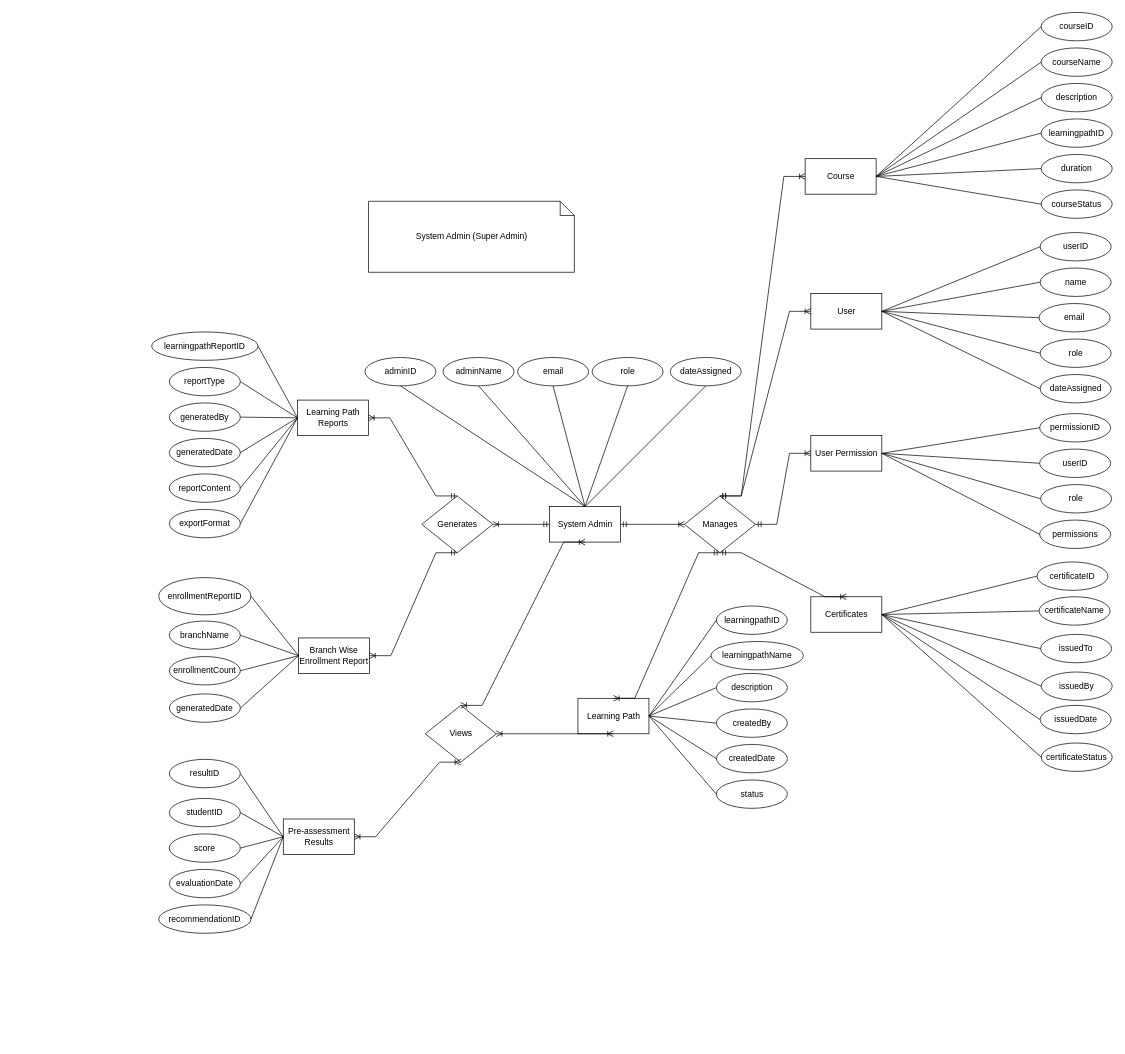
Earlier version of the draw.io diagram page "Page-5" (3 of 3) of SL-Activities/Task121/.drawio (rnrhltn/javanc3uc1). Source tidied: cells renumbered, new cells numbered last; positions are measured from the earlier drawing's top-left corner, leaving out a move shared by most shapes. Both pictures are drawn from the tidied source at 71%, with x=0, y=0 at pixel (151, 12).
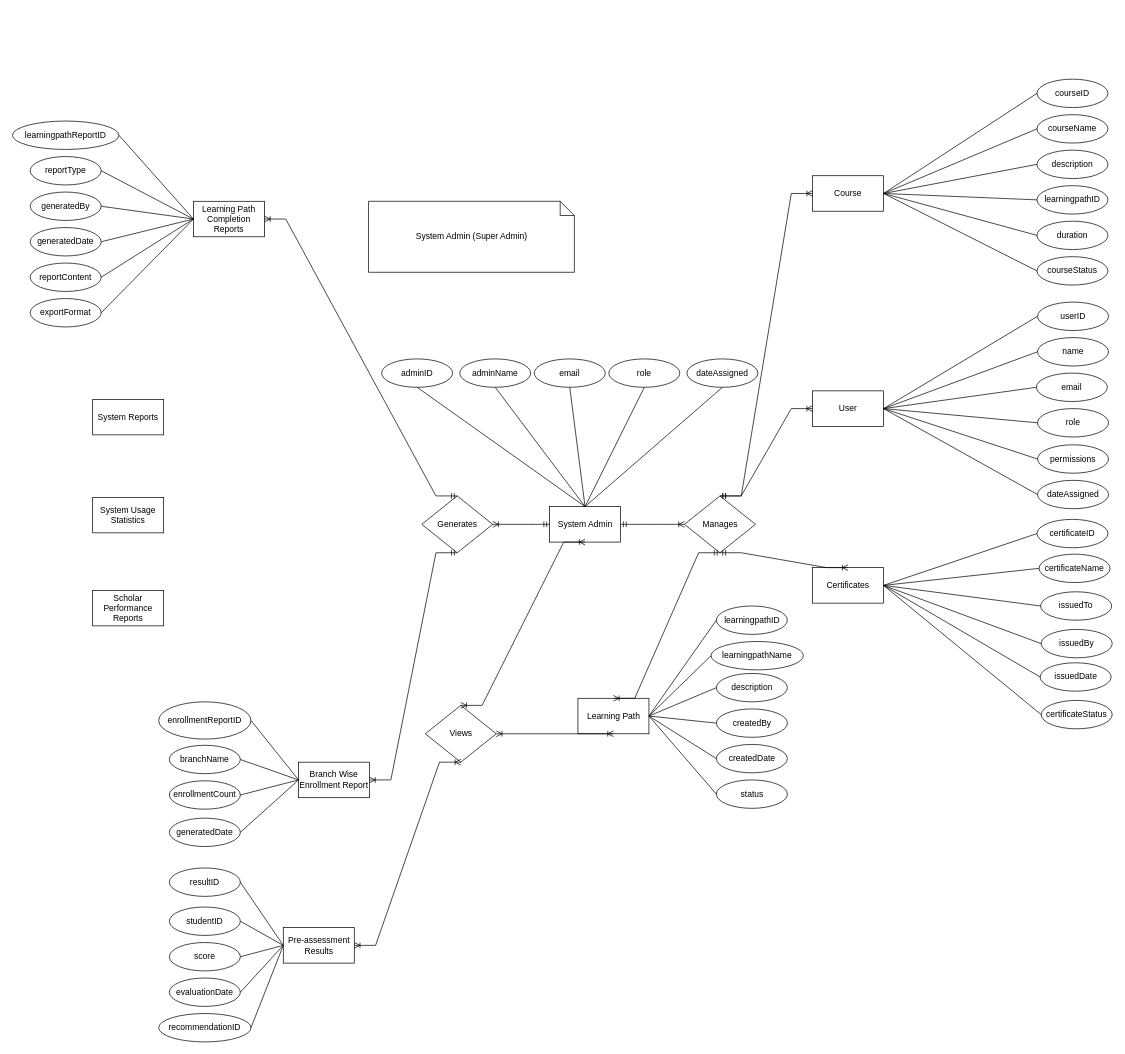
The same diagram, later.

The change refers to these unchanged cells:
```xml
<mxCell id="9" value="Manages" style="shape=rhombus;html=1;dashed=0;whiteSpace=wrap;perimeter=rhombusPerimeter;" parent="1" vertex="1">
  <mxGeometry x="750.5" y="681" width="100" height="80" as="geometry" />
</mxCell>
```

What changed in the source:
```diff
@@
     <mxCell id="3" value="User" style="html=1;dashed=0;whiteSpace=wrap;" parent="1" vertex="1">
-      <mxGeometry x="928.5" y="396" width="100" height="50" as="geometry" />
+      <mxGeometry x="931" y="533" width="100" height="50" as="geometry" />
     </mxCell>
-    <mxCell id="4" value="User Permission" style="html=1;dashed=0;whiteSpace=wrap;" parent="1" vertex="1">
-      <mxGeometry x="928.5" y="596" width="100" height="50" as="geometry" />
-    </mxCell>
@@
     <mxCell id="6" value="Pre-assessment Results" style="html=1;dashed=0;whiteSpace=wrap;" parent="1" vertex="1">
-      <mxGeometry x="185.5" y="1136" width="100" height="50" as="geometry" />
+      <mxGeometry x="185.5" y="1289" width="100" height="50" as="geometry" />
     </mxCell>
     <mxCell id="7" value="Branch Wise Enrollment Report" style="html=1;dashed=0;whiteSpace=wrap;" parent="1" vertex="1">
-      <mxGeometry x="207" y="881" width="100" height="50" as="geometry" />
+      <mxGeometry x="207" y="1056" width="100" height="50" as="geometry" />
     </mxCell>
@@
     <mxCell id="11" value="Course" style="html=1;dashed=0;whiteSpace=wrap;" parent="1" vertex="1">
-      <mxGeometry x="920.5" y="206" width="100" height="50" as="geometry" />
+      <mxGeometry x="931" y="230" width="100" height="50" as="geometry" />
     </mxCell>
@@
     <mxCell id="15" value="Certificates" style="html=1;dashed=0;whiteSpace=wrap;" parent="1" vertex="1">
-      <mxGeometry x="928.5" y="823" width="100" height="50" as="geometry" />
+      <mxGeometry x="931" y="782" width="100" height="50" as="geometry" />
     </mxCell>
@@
-    <mxCell id="18" value="Learning Path Reports" style="html=1;dashed=0;whiteSpace=wrap;" parent="1" vertex="1">
-      <mxGeometry x="205.5" y="546" width="100" height="50" as="geometry" />
+    <mxCell id="18" value="Learning Path Completion Reports" style="html=1;dashed=0;whiteSpace=wrap;" parent="1" vertex="1">
+      <mxGeometry x="59" y="266" width="100" height="50" as="geometry" />
     </mxCell>
@@
     <mxCell id="21" value="learningpathReportID" style="ellipse;whiteSpace=wrap;html=1;align=center;" parent="1" vertex="1">
-      <mxGeometry y="450" width="150" height="40" as="geometry" />
+      <mxGeometry x="-196" y="153" width="150" height="40" as="geometry" />
     </mxCell>
@@
     <mxCell id="23" value="adminID" style="ellipse;whiteSpace=wrap;html=1;align=center;" parent="1" vertex="1">
-      <mxGeometry x="300.5" y="486" width="100" height="40" as="geometry" />
+      <mxGeometry x="324" y="488" width="100" height="40" as="geometry" />
     </mxCell>
     <mxCell id="24" value="adminName" style="ellipse;whiteSpace=wrap;html=1;align=center;" parent="1" vertex="1">
-      <mxGeometry x="410.5" y="486" width="100" height="40" as="geometry" />
+      <mxGeometry x="434" y="488" width="100" height="40" as="geometry" />
     </mxCell>
     <mxCell id="25" value="email" style="ellipse;whiteSpace=wrap;html=1;align=center;" parent="1" vertex="1">
-      <mxGeometry x="515.5" y="486" width="100" height="40" as="geometry" />
+      <mxGeometry x="539" y="488" width="100" height="40" as="geometry" />
     </mxCell>
     <mxCell id="26" value="role" style="ellipse;whiteSpace=wrap;html=1;align=center;" parent="1" vertex="1">
-      <mxGeometry x="620.5" y="486" width="100" height="40" as="geometry" />
+      <mxGeometry x="644" y="488" width="100" height="40" as="geometry" />
     </mxCell>
     <mxCell id="27" value="dateAssigned" style="ellipse;whiteSpace=wrap;html=1;align=center;" parent="1" vertex="1">
-      <mxGeometry x="730.5" y="486" width="100" height="40" as="geometry" />
+      <mxGeometry x="754" y="488" width="100" height="40" as="geometry" />
     </mxCell>
@@
     <mxCell id="33" value="reportType" style="ellipse;whiteSpace=wrap;html=1;align=center;" parent="1" vertex="1">
-      <mxGeometry x="25" y="500" width="100" height="40" as="geometry" />
+      <mxGeometry x="-171" y="203" width="100" height="40" as="geometry" />
     </mxCell>
     <mxCell id="34" value="generatedBy" style="ellipse;whiteSpace=wrap;html=1;align=center;" parent="1" vertex="1">
-      <mxGeometry x="25" y="550" width="100" height="40" as="geometry" />
+      <mxGeometry x="-171" y="253" width="100" height="40" as="geometry" />
     </mxCell>
     <mxCell id="35" value="generatedDate" style="ellipse;whiteSpace=wrap;html=1;align=center;" parent="1" vertex="1">
-      <mxGeometry x="25" y="600" width="100" height="40" as="geometry" />
+      <mxGeometry x="-171" y="303" width="100" height="40" as="geometry" />
     </mxCell>
     <mxCell id="36" value="reportContent" style="ellipse;whiteSpace=wrap;html=1;align=center;" parent="1" vertex="1">
-      <mxGeometry x="25" y="650" width="100" height="40" as="geometry" />
+      <mxGeometry x="-171" y="353" width="100" height="40" as="geometry" />
     </mxCell>
@@
     <mxCell id="53" value="&lt;div&gt;courseID&lt;/div&gt;" style="ellipse;whiteSpace=wrap;html=1;align=center;" parent="1" vertex="1">
-      <mxGeometry x="1253" width="100" height="40" as="geometry" />
+      <mxGeometry x="1247" y="94" width="100" height="40" as="geometry" />
     </mxCell>
     <mxCell id="54" value="courseName" style="ellipse;whiteSpace=wrap;html=1;align=center;" parent="1" vertex="1">
-      <mxGeometry x="1253" y="50" width="100" height="40" as="geometry" />
+      <mxGeometry x="1247" y="144" width="100" height="40" as="geometry" />
     </mxCell>
     <mxCell id="55" value="&lt;div&gt;description&lt;/div&gt;" style="ellipse;whiteSpace=wrap;html=1;align=center;" parent="1" vertex="1">
-      <mxGeometry x="1253" y="100" width="100" height="40" as="geometry" />
+      <mxGeometry x="1247" y="194" width="100" height="40" as="geometry" />
     </mxCell>
     <mxCell id="56" value="&lt;div&gt;learningpathID&lt;/div&gt;" style="ellipse;whiteSpace=wrap;html=1;align=center;" parent="1" vertex="1">
-      <mxGeometry x="1253" y="150" width="100" height="40" as="geometry" />
+      <mxGeometry x="1247" y="244" width="100" height="40" as="geometry" />
     </mxCell>
     <mxCell id="57" value="&lt;div&gt;courseStatus&lt;/div&gt;" style="ellipse;whiteSpace=wrap;html=1;align=center;" parent="1" vertex="1">
-      <mxGeometry x="1253" y="250" width="100" height="40" as="geometry" />
+      <mxGeometry x="1247" y="344" width="100" height="40" as="geometry" />
     </mxCell>
@@
     <mxCell id="63" value="&lt;div&gt;duration&lt;/div&gt;" style="ellipse;whiteSpace=wrap;html=1;align=center;" parent="1" vertex="1">
-      <mxGeometry x="1253" y="200" width="100" height="40" as="geometry" />
+      <mxGeometry x="1247" y="294" width="100" height="40" as="geometry" />
     </mxCell>
@@
     <mxCell id="66" value="certificateID" style="ellipse;whiteSpace=wrap;html=1;align=center;" parent="1" vertex="1">
-      <mxGeometry x="1247" y="774" width="100" height="40" as="geometry" />
+      <mxGeometry x="1247" y="714" width="100" height="40" as="geometry" />
     </mxCell>
@@
     <mxCell id="68" value="certificateName" style="ellipse;whiteSpace=wrap;html=1;align=center;" parent="1" vertex="1">
-      <mxGeometry x="1250" y="823" width="100" height="40" as="geometry" />
+      <mxGeometry x="1250" y="763" width="100" height="40" as="geometry" />
     </mxCell>
     <mxCell id="69" value="issuedTo" style="ellipse;whiteSpace=wrap;html=1;align=center;" parent="1" vertex="1">
-      <mxGeometry x="1252.2" y="876" width="100" height="40" as="geometry" />
+      <mxGeometry x="1252.2" y="816" width="100" height="40" as="geometry" />
     </mxCell>
     <mxCell id="70" value="issuedBy" style="ellipse;whiteSpace=wrap;html=1;align=center;" parent="1" vertex="1">
-      <mxGeometry x="1253" y="929" width="100" height="40" as="geometry" />
+      <mxGeometry x="1253" y="869" width="100" height="40" as="geometry" />
     </mxCell>
     <mxCell id="71" value="issuedDate" style="ellipse;whiteSpace=wrap;html=1;align=center;" parent="1" vertex="1">
-      <mxGeometry x="1251.5" y="976" width="100" height="40" as="geometry" />
+      <mxGeometry x="1251.5" y="916" width="100" height="40" as="geometry" />
     </mxCell>
     <mxCell id="72" value="certificateStatus" style="ellipse;whiteSpace=wrap;html=1;align=center;" parent="1" vertex="1">
-      <mxGeometry x="1253" y="1029" width="100" height="40" as="geometry" />
+      <mxGeometry x="1253" y="969" width="100" height="40" as="geometry" />
     </mxCell>
@@
-    <mxCell id="77" style="edgeStyle=entityRelationEdgeStyle;fontSize=12;html=1;endArrow=ERoneToMany;startArrow=ERmandOne;rounded=0;exitX=1;exitY=0.5;exitDx=0;exitDy=0;entryX=0;entryY=0.5;entryDx=0;entryDy=0;" parent="1" edge="1" source="9" target="4">
-      <mxGeometry relative="1" as="geometry" />
-    </mxCell>
@@
     <mxCell id="83" value="exportFormat" style="ellipse;whiteSpace=wrap;html=1;align=center;" parent="1" vertex="1">
-      <mxGeometry x="25" y="700" width="100" height="40" as="geometry" />
+      <mxGeometry x="-171" y="403" width="100" height="40" as="geometry" />
     </mxCell>
@@
     <mxCell id="85" value="&lt;div&gt;userID&lt;/div&gt;" style="ellipse;whiteSpace=wrap;html=1;align=center;" parent="1" vertex="1">
-      <mxGeometry x="1251.5" y="310" width="100" height="40" as="geometry" />
+      <mxGeometry x="1247.8" y="408" width="100" height="40" as="geometry" />
     </mxCell>
     <mxCell id="86" value="&lt;div&gt;name&lt;/div&gt;" style="ellipse;whiteSpace=wrap;html=1;align=center;" parent="1" vertex="1">
-      <mxGeometry x="1251.5" y="360" width="100" height="40" as="geometry" />
+      <mxGeometry x="1247.8" y="458" width="100" height="40" as="geometry" />
     </mxCell>
     <mxCell id="87" value="&lt;div&gt;email&lt;/div&gt;" style="ellipse;whiteSpace=wrap;html=1;align=center;" parent="1" vertex="1">
-      <mxGeometry x="1250" y="410" width="100" height="40" as="geometry" />
+      <mxGeometry x="1246.2" y="508" width="100" height="40" as="geometry" />
     </mxCell>
     <mxCell id="88" value="&lt;div&gt;role&lt;/div&gt;" style="ellipse;whiteSpace=wrap;html=1;align=center;" parent="1" vertex="1">
-      <mxGeometry x="1251.5" y="460" width="100" height="40" as="geometry" />
+      <mxGeometry x="1247.8" y="558" width="100" height="40" as="geometry" />
     </mxCell>
     <mxCell id="89" value="&lt;div&gt;dateAssigned&lt;/div&gt;" style="ellipse;whiteSpace=wrap;html=1;align=center;" parent="1" vertex="1">
-      <mxGeometry x="1251.5" y="510" width="100" height="40" as="geometry" />
+      <mxGeometry x="1247.8" y="659" width="100" height="40" as="geometry" />
     </mxCell>
@@
-    <mxCell id="95" value="&lt;div&gt;permissionID&lt;/div&gt;" style="ellipse;whiteSpace=wrap;html=1;align=center;" parent="1" vertex="1">
-      <mxGeometry x="1250.8" y="565" width="100" height="40" as="geometry" />
-    </mxCell>
-    <mxCell id="96" value="&lt;div&gt;userID&lt;/div&gt;" style="ellipse;whiteSpace=wrap;html=1;align=center;" parent="1" vertex="1">
-      <mxGeometry x="1250.8" y="615" width="100" height="40" as="geometry" />
-    </mxCell>
-    <mxCell id="97" value="&lt;div&gt;role&lt;/div&gt;" style="ellipse;whiteSpace=wrap;html=1;align=center;" parent="1" vertex="1">
-      <mxGeometry x="1252.2" y="665" width="100" height="40" as="geometry" />
-    </mxCell>
-    <mxCell id="98" value="permissions" style="ellipse;whiteSpace=wrap;html=1;align=center;" parent="1" vertex="1">
-      <mxGeometry x="1250.8" y="715" width="100" height="40" as="geometry" />
-    </mxCell>
-    <mxCell id="99" style="endArrow=none;html=1;rounded=0;entryX=1;entryY=0.5;entryDx=0;entryDy=0;exitX=0;exitY=0.5;exitDx=0;exitDy=0;" parent="1" edge="1" source="95" target="4">
-      <mxGeometry relative="1" as="geometry" />
-    </mxCell>
-    <mxCell id="100" style="endArrow=none;html=1;rounded=0;entryX=1;entryY=0.5;entryDx=0;entryDy=0;exitX=0;exitY=0.5;exitDx=0;exitDy=0;" parent="1" edge="1" source="96" target="4">
-      <mxGeometry relative="1" as="geometry" />
-    </mxCell>
-    <mxCell id="101" style="endArrow=none;html=1;rounded=0;entryX=1;entryY=0.5;entryDx=0;entryDy=0;exitX=0;exitY=0.5;exitDx=0;exitDy=0;" parent="1" edge="1" source="97" target="4">
-      <mxGeometry relative="1" as="geometry" />
-    </mxCell>
-    <mxCell id="102" style="endArrow=none;html=1;rounded=0;entryX=1;entryY=0.5;entryDx=0;entryDy=0;exitX=0;exitY=0.5;exitDx=0;exitDy=0;" parent="1" edge="1" source="98" target="4">
-      <mxGeometry relative="1" as="geometry" />
-    </mxCell>
     <mxCell id="103" value="resultID" style="ellipse;whiteSpace=wrap;html=1;align=center;" parent="1" vertex="1">
-      <mxGeometry x="25" y="1052" width="100" height="40" as="geometry" />
+      <mxGeometry x="25" y="1205" width="100" height="40" as="geometry" />
     </mxCell>
     <mxCell id="104" value="studentID" style="ellipse;whiteSpace=wrap;html=1;align=center;" parent="1" vertex="1">
-      <mxGeometry x="25" y="1107" width="100" height="40" as="geometry" />
+      <mxGeometry x="25" y="1260" width="100" height="40" as="geometry" />
     </mxCell>
     <mxCell id="105" value="score" style="ellipse;whiteSpace=wrap;html=1;align=center;" parent="1" vertex="1">
-      <mxGeometry x="25" y="1157" width="100" height="40" as="geometry" />
+      <mxGeometry x="25" y="1310" width="100" height="40" as="geometry" />
     </mxCell>
     <mxCell id="106" value="evaluationDate" style="ellipse;whiteSpace=wrap;html=1;align=center;" parent="1" vertex="1">
-      <mxGeometry x="25" y="1207" width="100" height="40" as="geometry" />
+      <mxGeometry x="25" y="1360" width="100" height="40" as="geometry" />
     </mxCell>
     <mxCell id="107" value="recommendationID" style="ellipse;whiteSpace=wrap;html=1;align=center;" parent="1" vertex="1">
-      <mxGeometry x="10" y="1257" width="130" height="40" as="geometry" />
+      <mxGeometry x="10" y="1410" width="130" height="40" as="geometry" />
     </mxCell>
@@
     <mxCell id="113" value="enrollmentReportID" style="ellipse;whiteSpace=wrap;html=1;align=center;" parent="1" vertex="1">
-      <mxGeometry x="10" y="796" width="130" height="52.5" as="geometry" />
+      <mxGeometry x="10" y="971" width="130" height="52.5" as="geometry" />
     </mxCell>
     <mxCell id="114" value="branchName" style="ellipse;whiteSpace=wrap;html=1;align=center;" parent="1" vertex="1">
-      <mxGeometry x="25" y="857.2" width="100" height="40" as="geometry" />
+      <mxGeometry x="25" y="1032.2" width="100" height="40" as="geometry" />
     </mxCell>
     <mxCell id="115" value="enrollmentCount" style="ellipse;whiteSpace=wrap;html=1;align=center;" parent="1" vertex="1">
-      <mxGeometry x="25" y="907.2" width="100" height="40" as="geometry" />
+      <mxGeometry x="25" y="1082.2" width="100" height="40" as="geometry" />
     </mxCell>
     <mxCell id="116" value="generatedDate" style="ellipse;whiteSpace=wrap;html=1;align=center;" parent="1" vertex="1">
-      <mxGeometry x="25" y="959.8" width="100" height="40" as="geometry" />
+      <mxGeometry x="25" y="1134.8" width="100" height="40" as="geometry" />
     </mxCell>
@@
+    <mxCell id="121" value="System Reports" style="html=1;dashed=0;whiteSpace=wrap;" parent="1" vertex="1">
+      <mxGeometry x="-83" y="545" width="100" height="50" as="geometry" />
+    </mxCell>
+    <mxCell id="122" value="System Usage Statistics" style="html=1;dashed=0;whiteSpace=wrap;" parent="1" vertex="1">
+      <mxGeometry x="-83" y="683" width="100" height="50" as="geometry" />
+    </mxCell>
+    <mxCell id="123" value="Scholar Performance Reports" style="html=1;dashed=0;whiteSpace=wrap;" parent="1" vertex="1">
+      <mxGeometry x="-83" y="814" width="100" height="50" as="geometry" />
+    </mxCell>
+    <mxCell id="98" value="permissions" style="ellipse;whiteSpace=wrap;html=1;align=center;" parent="1" vertex="1">
+      <mxGeometry x="1247.8" y="609" width="100" height="40" as="geometry" />
+    </mxCell>
+    <mxCell id="124" style="endArrow=none;html=1;rounded=0;entryX=1;entryY=0.5;entryDx=0;entryDy=0;exitX=0;exitY=0.5;exitDx=0;exitDy=0;" parent="1" edge="1" source="98" target="3">
+      <mxGeometry relative="1" as="geometry" />
+    </mxCell>
```
